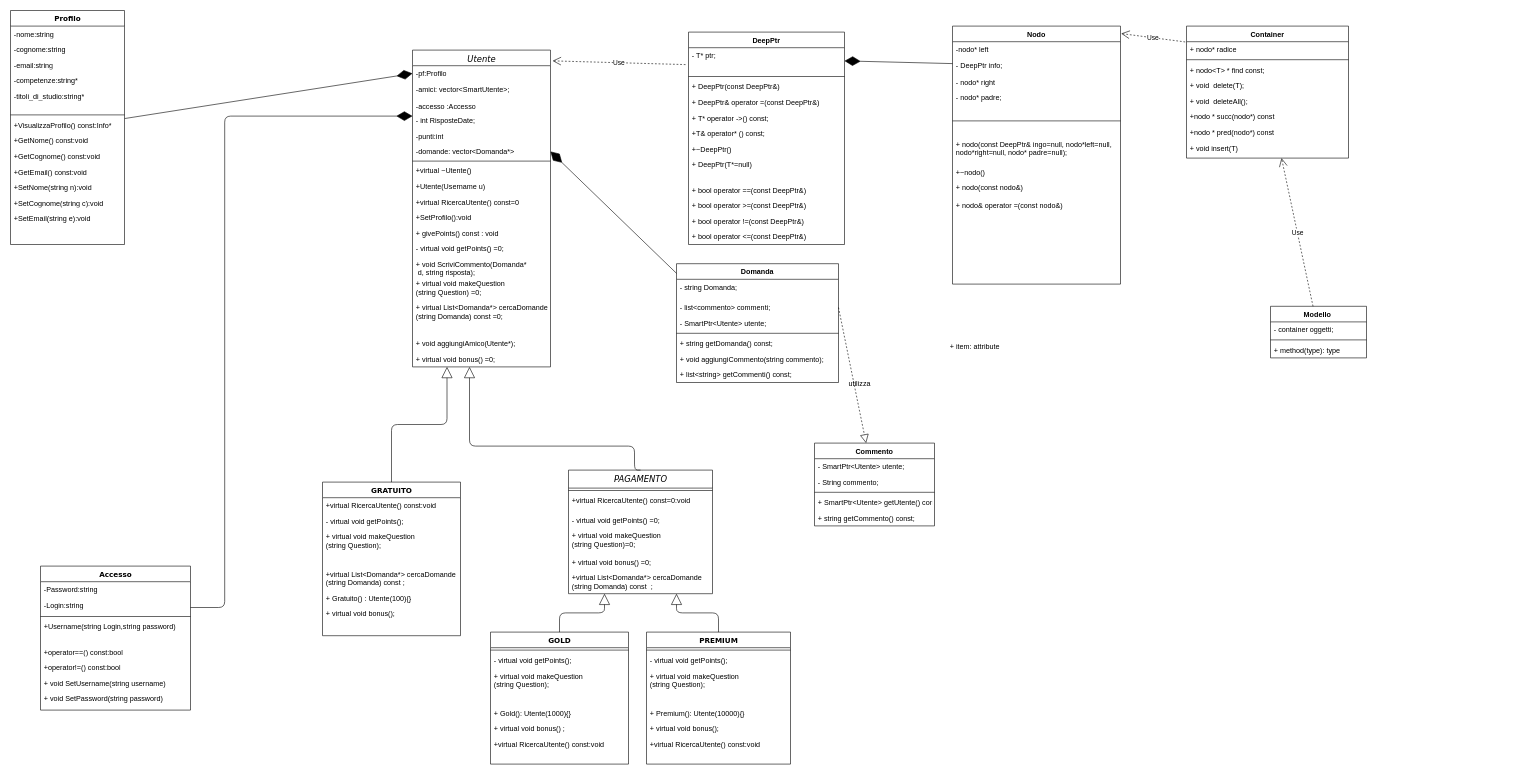
Above: Schema.drawio in LorenzoMatt/ProgeettoP2 (draw.io), before the change. Source tidied: cells renumbered, new cells numbered last; positions are measured from the earlier drawing's top-left corner, leaving out a move shared by most shapes. Both pictures are drawn from the tidied source at 60%, with x=0, y=0 at pixel (10, 10).
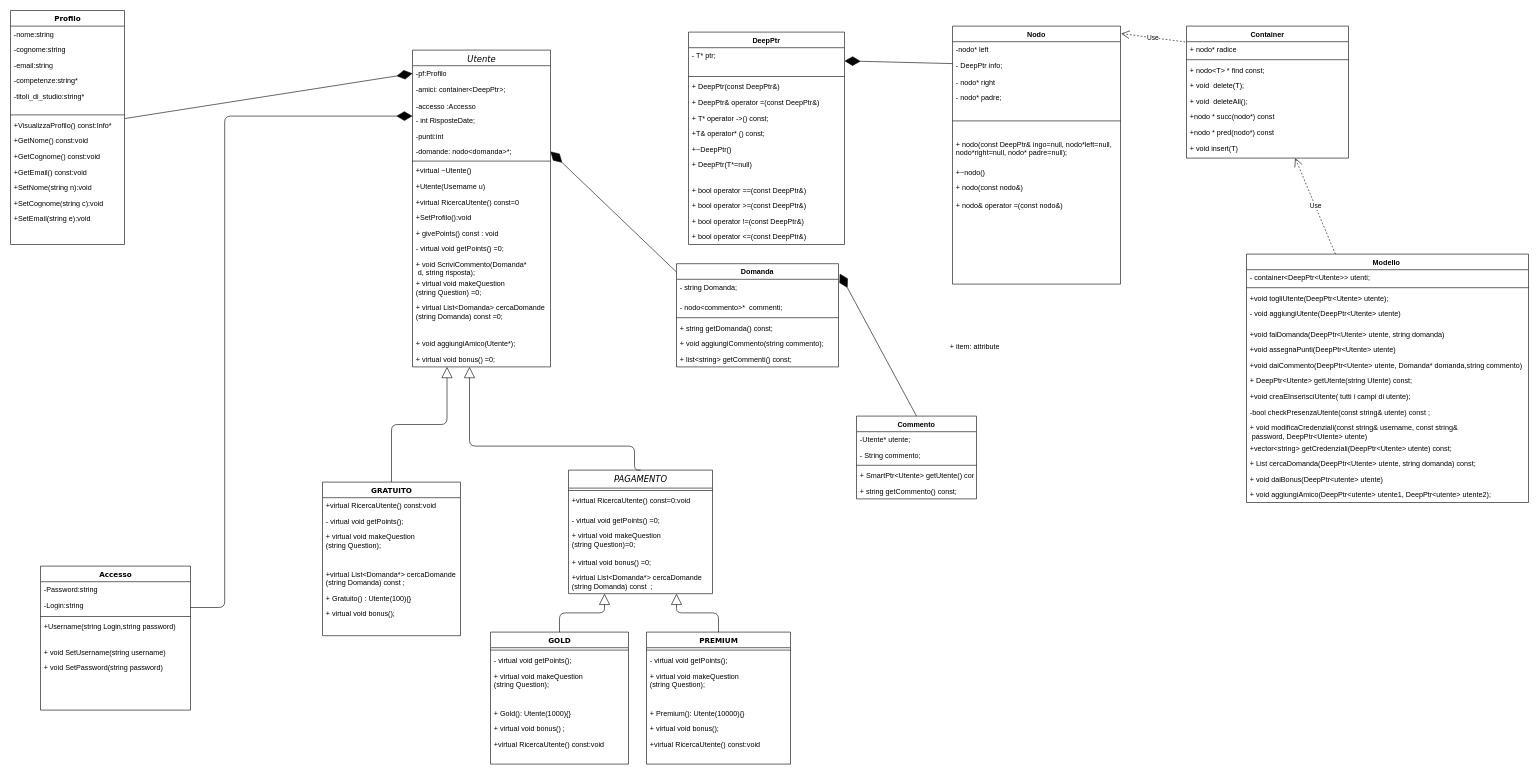
The same page after the edit.

Commit message:
aggiornato schema

Unchanged cells that the change refers to:
```xml
<mxCell id="2" value="&lt;i style=&quot;font-weight: normal&quot;&gt;&lt;font style=&quot;font-size: 14px&quot;&gt;Utente&lt;/font&gt;&lt;/i&gt;" style="swimlane;html=1;fontStyle=1;align=center;verticalAlign=top;horizontal=1;startSize=26;swimlaneFillColor=#ffffff;rounded=0;shadow=0;comic=0;labelBackgroundColor=none;strokeWidth=1;fillColor=none;fontFamily=Verdana;fontSize=12;" parent="1" vertex="1">
  <mxGeometry x="670" y="66" width="230" height="528" as="geometry" />
</mxCell>
<mxCell id="53" value="Accesso" style="swimlane;html=1;fontStyle=1;align=center;verticalAlign=top;horizontal=1;startSize=26;swimlaneFillColor=#ffffff;rounded=0;shadow=0;comic=0;labelBackgroundColor=none;strokeWidth=1;fillColor=none;fontFamily=Verdana;fontSize=12;" parent="1" vertex="1">
  <mxGeometry x="50" y="926" width="250" height="240" as="geometry" />
</mxCell>
<mxCell id="78" value="DeepPtr" style="swimlane;fontStyle=1;align=center;verticalAlign=top;horizontal=1;startSize=26;" parent="1" vertex="1">
  <mxGeometry x="1130" y="36" width="260" height="354" as="geometry" />
</mxCell>
```

The edit, as a diff of the source:
```diff
@@
-    <mxCell id="4" value="-amici: vector&amp;lt;SmartUtente&amp;gt;;" style="text;html=1;strokeColor=none;fillColor=none;align=left;verticalAlign=top;spacingLeft=4;spacingRight=4;whiteSpace=wrap;overflow=hidden;" parent="2" vertex="1">
+    <mxCell id="4" value="-amici: container&amp;lt;DeepPtr&amp;gt;;" style="text;html=1;strokeColor=none;fillColor=none;align=left;verticalAlign=top;spacingLeft=4;spacingRight=4;whiteSpace=wrap;overflow=hidden;" parent="2" vertex="1">
       <mxGeometry y="52" width="230" height="28" as="geometry" />
     </mxCell>
@@
-    <mxCell id="8" value="-domande: vector&lt;Domanda*&gt;" style="text;strokeColor=none;fillColor=none;align=left;verticalAlign=top;spacingLeft=4;spacingRight=4;overflow=hidden;points=[[0,0.5],[1,0.5]];portConstraint=eastwest;" parent="2" vertex="1">
+    <mxCell id="8" value="-domande: nodo&lt;domanda&gt;*;" style="text;strokeColor=none;fillColor=none;align=left;verticalAlign=top;spacingLeft=4;spacingRight=4;overflow=hidden;points=[[0,0.5],[1,0.5]];portConstraint=eastwest;" parent="2" vertex="1">
       <mxGeometry y="156" width="230" height="26" as="geometry" />
     </mxCell>
@@
-    <mxCell id="18" value="+ virtual List&lt;Domanda*&gt; cercaDomande&#10;(string Domanda) const =0;" style="text;strokeColor=none;fillColor=none;align=left;verticalAlign=top;spacingLeft=4;spacingRight=4;overflow=hidden;" parent="2" vertex="1">
+    <mxCell id="18" value="+ virtual List&lt;Domanda&gt; cercaDomande&#10;(string Domanda) const =0;" style="text;strokeColor=none;fillColor=none;align=left;verticalAlign=top;spacingLeft=4;spacingRight=4;overflow=hidden;" parent="2" vertex="1">
       <mxGeometry y="416" width="230" height="60" as="geometry" />
     </mxCell>
@@
-    <mxCell id="58" value="+operator==() const:bool" style="text;html=1;strokeColor=none;fillColor=none;align=left;verticalAlign=top;spacingLeft=4;spacingRight=4;whiteSpace=wrap;overflow=hidden;" parent="53" vertex="1">
-      <mxGeometry y="130" width="250" height="26" as="geometry" />
-    </mxCell>
-    <mxCell id="59" value="+operator!=() const:bool" style="text;html=1;strokeColor=none;fillColor=none;align=left;verticalAlign=top;spacingLeft=4;spacingRight=4;whiteSpace=wrap;overflow=hidden;" parent="53" vertex="1">
-      <mxGeometry y="156" width="250" height="26" as="geometry" />
-    </mxCell>
     <mxCell id="60" value="+ void SetUsername(string username)" style="text;strokeColor=none;fillColor=none;align=left;verticalAlign=top;spacingLeft=4;spacingRight=4;overflow=hidden;" parent="53" vertex="1">
-      <mxGeometry y="182" width="250" height="26" as="geometry" />
+      <mxGeometry y="130" width="250" height="26" as="geometry" />
     </mxCell>
     <mxCell id="61" value="+ void SetPassword(string password)" style="text;strokeColor=none;fillColor=none;align=left;verticalAlign=top;spacingLeft=4;spacingRight=4;overflow=hidden;" parent="53" vertex="1">
-      <mxGeometry y="208" width="250" height="26" as="geometry" />
+      <mxGeometry y="156" width="250" height="26" as="geometry" />
     </mxCell>
@@
-    <mxCell id="91" value="Use" style="endArrow=open;endSize=12;dashed=1;html=1;entryX=1.015;entryY=0.034;entryDx=0;entryDy=0;entryPerimeter=0;exitX=-0.019;exitY=0.153;exitDx=0;exitDy=0;exitPerimeter=0;" parent="1" edge="1" source="78" target="2">
-      <mxGeometry relative="1" as="geometry" />
-    </mxCell>
@@
     <mxCell id="113" value="Domanda" style="swimlane;fontStyle=1;align=center;verticalAlign=top;horizontal=1;startSize=26;" parent="1" vertex="1">
-      <mxGeometry x="1110" y="422" width="270" height="198" as="geometry" />
+      <mxGeometry x="1110" y="422" width="270" height="172" as="geometry" />
     </mxCell>
@@
-    <mxCell id="115" value="- list&lt;commento&gt; commenti;" style="text;strokeColor=none;fillColor=none;align=left;verticalAlign=top;spacingLeft=4;spacingRight=4;overflow=hidden;points=[[0,0.5],[1,0.5]];portConstraint=eastwest;" parent="113" vertex="1">
+    <mxCell id="115" value="- nodo&lt;commento&gt;*  commenti;" style="text;strokeColor=none;fillColor=none;align=left;verticalAlign=top;spacingLeft=4;spacingRight=4;overflow=hidden;points=[[0,0.5],[1,0.5]];portConstraint=eastwest;" parent="113" vertex="1">
       <mxGeometry y="60" width="270" height="26" as="geometry" />
     </mxCell>
-    <mxCell id="116" value="- SmartPtr&lt;Utente&gt; utente;" style="text;strokeColor=none;fillColor=none;align=left;verticalAlign=top;spacingLeft=4;spacingRight=4;overflow=hidden;" parent="113" vertex="1">
-      <mxGeometry y="86" width="270" height="26" as="geometry" />
-    </mxCell>
     <mxCell id="117" style="line;strokeWidth=1;fillColor=none;align=left;verticalAlign=middle;spacingTop=-1;spacingLeft=3;spacingRight=3;labelPosition=right;" parent="113" vertex="1">
-      <mxGeometry y="112" width="270" height="8" as="geometry" />
+      <mxGeometry y="86" width="270" height="8" as="geometry" />
     </mxCell>
     <mxCell id="118" value="+ string getDomanda() const;" style="text;strokeColor=none;fillColor=none;align=left;verticalAlign=top;spacingLeft=4;spacingRight=4;overflow=hidden;" parent="113" vertex="1">
-      <mxGeometry y="120" width="270" height="26" as="geometry" />
+      <mxGeometry y="94" width="270" height="26" as="geometry" />
     </mxCell>
     <mxCell id="119" value="+ void aggiungiCommento(string commento);" style="text;strokeColor=none;fillColor=none;align=left;verticalAlign=top;spacingLeft=4;spacingRight=4;overflow=hidden;" parent="113" vertex="1">
-      <mxGeometry y="146" width="270" height="26" as="geometry" />
+      <mxGeometry y="120" width="270" height="26" as="geometry" />
     </mxCell>
     <mxCell id="120" value="+ list&lt;string&gt; getCommenti() const;" style="text;strokeColor=none;fillColor=none;align=left;verticalAlign=top;spacingLeft=4;spacingRight=4;overflow=hidden;" parent="113" vertex="1">
-      <mxGeometry y="172" width="270" height="26" as="geometry" />
+      <mxGeometry y="146" width="270" height="26" as="geometry" />
     </mxCell>
@@
     <mxCell id="122" value="Commento" style="swimlane;fontStyle=1;align=center;verticalAlign=top;horizontal=1;startSize=26;" parent="1" vertex="1">
-      <mxGeometry x="1340" y="721" width="200" height="138" as="geometry" />
+      <mxGeometry x="1410" y="676" width="200" height="138" as="geometry" />
     </mxCell>
-    <mxCell id="123" value="- SmartPtr&lt;Utente&gt; utente;" style="text;strokeColor=none;fillColor=none;align=left;verticalAlign=top;spacingLeft=4;spacingRight=4;overflow=hidden;" parent="122" vertex="1">
+    <mxCell id="123" value="-Utente* utente;" style="text;strokeColor=none;fillColor=none;align=left;verticalAlign=top;spacingLeft=4;spacingRight=4;overflow=hidden;" parent="122" vertex="1">
       <mxGeometry y="26" width="200" height="26" as="geometry" />
     </mxCell>
@@
-    <mxCell id="128" style="endArrow=block;dashed=1;endFill=0;endSize=12;html=1;exitX=1;exitY=0.5;exitDx=0;exitDy=0;" parent="1" edge="1" source="115" target="122">
-      <mxGeometry relative="1" as="geometry" />
-    </mxCell>
-    <mxCell id="129" value="utilizza" style="text;html=1;align=center;verticalAlign=middle;" parent="1" vertex="1">
-      <mxGeometry x="1390" y="613" width="50" height="20" as="geometry" />
-    </mxCell>
@@
     <mxCell id="131" value="Modello " style="swimlane;fontStyle=1;align=center;verticalAlign=top;horizontal=1;startSize=26;" parent="1" vertex="1">
-      <mxGeometry x="2100" y="493" width="160" height="86" as="geometry" />
+      <mxGeometry x="2060" y="406" width="470" height="414" as="geometry" />
     </mxCell>
-    <mxCell id="132" value="- container oggetti;" style="text;strokeColor=none;fillColor=none;align=left;verticalAlign=top;spacingLeft=4;spacingRight=4;overflow=hidden;" parent="131" vertex="1">
-      <mxGeometry y="26" width="160" height="26" as="geometry" />
+    <mxCell id="132" value="- container&lt;DeepPtr&lt;Utente&gt;&gt; utenti;" style="text;strokeColor=none;fillColor=none;align=left;verticalAlign=top;spacingLeft=4;spacingRight=4;overflow=hidden;" parent="131" vertex="1">
+      <mxGeometry y="26" width="470" height="26" as="geometry" />
     </mxCell>
     <mxCell id="133" style="line;strokeWidth=1;fillColor=none;align=left;verticalAlign=middle;spacingTop=-1;spacingLeft=3;spacingRight=3;labelPosition=right;" parent="131" vertex="1">
-      <mxGeometry y="52" width="160" height="8" as="geometry" />
+      <mxGeometry y="52" width="470" height="8" as="geometry" />
     </mxCell>
+    <mxCell id="136" value="+void togliUtente(DeepPtr&lt;Utente&gt; utente);" style="text;strokeColor=none;fillColor=none;align=left;verticalAlign=top;spacingLeft=4;spacingRight=4;overflow=hidden;" parent="131" vertex="1">
+      <mxGeometry y="60" width="470" height="26" as="geometry" />
+    </mxCell>
-    <mxCell id="134" value="+ method(type): type" style="text;strokeColor=none;fillColor=none;align=left;verticalAlign=top;spacingLeft=4;spacingRight=4;overflow=hidden;" parent="131" vertex="1">
-      <mxGeometry y="60" width="160" height="26" as="geometry" />
+    <mxCell id="134" value="- void aggiungiUtente(DeepPtr&lt;Utente&gt; utente)" style="text;strokeColor=none;fillColor=none;align=left;verticalAlign=top;spacingLeft=4;spacingRight=4;overflow=hidden;" parent="131" vertex="1">
+      <mxGeometry y="86" width="470" height="34" as="geometry" />
     </mxCell>
+    <mxCell id="137" value="+void faiDomanda(DeepPtr&lt;Utente&gt; utente, string domanda)" style="text;strokeColor=none;fillColor=none;align=left;verticalAlign=top;spacingLeft=4;spacingRight=4;overflow=hidden;" parent="131" vertex="1">
+      <mxGeometry y="120" width="470" height="26" as="geometry" />
+    </mxCell>
+    <mxCell id="138" value="+void assegnaPunti(DeepPtr&lt;Utente&gt; utente) " style="text;strokeColor=none;fillColor=none;align=left;verticalAlign=top;spacingLeft=4;spacingRight=4;overflow=hidden;" parent="131" vertex="1">
+      <mxGeometry y="146" width="470" height="26" as="geometry" />
+    </mxCell>
+    <mxCell id="139" value="+void daiCommento(DeepPtr&lt;Utente&gt; utente, Domanda* domanda,string commento)" style="text;strokeColor=none;fillColor=none;align=left;verticalAlign=top;spacingLeft=4;spacingRight=4;overflow=hidden;" parent="131" vertex="1">
+      <mxGeometry y="172" width="470" height="26" as="geometry" />
+    </mxCell>
+    <mxCell id="140" value="+ DeepPtr&lt;Utente&gt; getUtente(string Utente) const;" style="text;strokeColor=none;fillColor=none;align=left;verticalAlign=top;spacingLeft=4;spacingRight=4;overflow=hidden;" parent="131" vertex="1">
+      <mxGeometry y="198" width="470" height="26" as="geometry" />
+    </mxCell>
+    <mxCell id="141" value="+void creaEInserisciUtente( tutti i campi di utente);" style="text;strokeColor=none;fillColor=none;align=left;verticalAlign=top;spacingLeft=4;spacingRight=4;overflow=hidden;" parent="131" vertex="1">
+      <mxGeometry y="224" width="470" height="26" as="geometry" />
+    </mxCell>
+    <mxCell id="142" value="-bool checkPresenzaUtente(const string&amp; utente) const ;" style="text;strokeColor=none;fillColor=none;align=left;verticalAlign=top;spacingLeft=4;spacingRight=4;overflow=hidden;" parent="131" vertex="1">
+      <mxGeometry y="250" width="470" height="26" as="geometry" />
+    </mxCell>
+    <mxCell id="143" value="+ void modificaCredenziali(const string&amp; username, const string&amp;&#10; password, DeepPtr&lt;Utente&gt; utente)" style="text;strokeColor=none;fillColor=none;align=left;verticalAlign=top;spacingLeft=4;spacingRight=4;overflow=hidden;" parent="131" vertex="1">
+      <mxGeometry y="276" width="470" height="34" as="geometry" />
+    </mxCell>
+    <mxCell id="144" value="+vector&lt;string&gt; getCredenziali(DeepPtr&lt;Utente&gt; utente) const;" style="text;strokeColor=none;fillColor=none;align=left;verticalAlign=top;spacingLeft=4;spacingRight=4;overflow=hidden;" parent="131" vertex="1">
+      <mxGeometry y="310" width="470" height="26" as="geometry" />
+    </mxCell>
+    <mxCell id="145" value="+ List cercaDomanda(DeepPtr&lt;Utente&gt; utente, string domanda) const;" style="text;strokeColor=none;fillColor=none;align=left;verticalAlign=top;spacingLeft=4;spacingRight=4;overflow=hidden;" parent="131" vertex="1">
+      <mxGeometry y="336" width="470" height="26" as="geometry" />
+    </mxCell>
+    <mxCell id="146" value="+ void daiBonus(DeepPtr&lt;utente&gt; utente)" style="text;strokeColor=none;fillColor=none;align=left;verticalAlign=top;spacingLeft=4;spacingRight=4;overflow=hidden;" parent="131" vertex="1">
+      <mxGeometry y="362" width="470" height="26" as="geometry" />
+    </mxCell>
+    <mxCell id="147" value="+ void aggiungiAmico(DeepPtr&lt;utente&gt; utente1, DeepPtr&lt;utente&gt; utente2);" style="text;strokeColor=none;fillColor=none;align=left;verticalAlign=top;spacingLeft=4;spacingRight=4;overflow=hidden;" parent="131" vertex="1">
+      <mxGeometry y="388" width="470" height="26" as="geometry" />
+    </mxCell>
@@
+    <mxCell id="148" style="endArrow=diamondThin;endFill=1;endSize=24;html=1;exitX=0.5;exitY=0;exitDx=0;exitDy=0;entryX=1.008;entryY=0.096;entryDx=0;entryDy=0;entryPerimeter=0;" parent="1" edge="1" source="122" target="113">
+      <mxGeometry relative="1" as="geometry" />
+    </mxCell>
```
